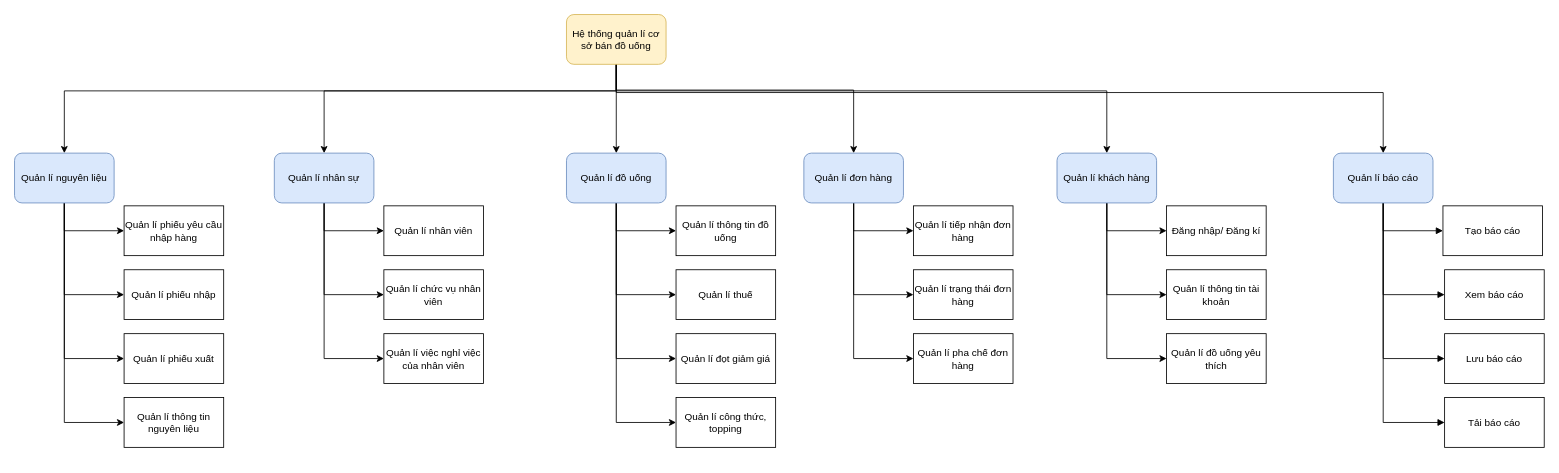
Above: page "sơ đồ phân rã chức năng" (4 of 5) of diagram.drawio in nguyentu111/datt_milktea_web (draw.io), before the change. Source tidied: cells renumbered, new cells numbered last; positions are measured from the earlier drawing's top-left corner, leaving out a move shared by most shapes. Both pictures are drawn from the tidied source at 83%, with x=0, y=0 at pixel (14, 14).
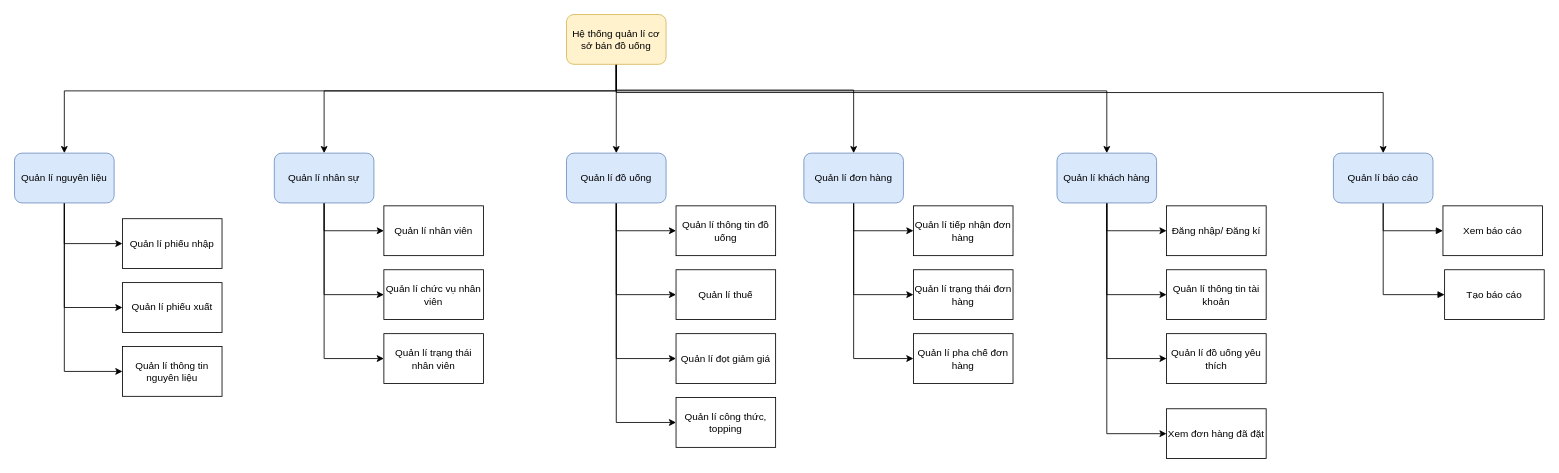
After the change.

Unchanged cells that the change refers to:
```xml
<mxCell id="13" value="Quản lí nguyên liệu" style="rounded=1;whiteSpace=wrap;html=1;fillColor=#dae8fc;strokeColor=#6c8ebf;" parent="1" vertex="1">
  <mxGeometry y="167" width="120" height="60" as="geometry" />
</mxCell>
<mxCell id="44" value="Quản lí khách hàng" style="rounded=1;whiteSpace=wrap;html=1;fillColor=#dae8fc;strokeColor=#6c8ebf;" parent="1" vertex="1">
  <mxGeometry x="1256" y="167" width="120" height="60" as="geometry" />
</mxCell>
<mxCell id="52" value="Quản lí báo cáo" style="rounded=1;whiteSpace=wrap;html=1;fillColor=#dae8fc;strokeColor=#6c8ebf;" parent="1" vertex="1">
  <mxGeometry x="1589" y="167" width="120" height="60" as="geometry" />
</mxCell>
```

Diff of the diagram source:
```diff
@@
+    <mxCell id="11" style="edgeStyle=orthogonalEdgeStyle;rounded=0;jettySize=auto;html=1;" parent="1" edge="1" source="13" target="15">
+      <mxGeometry relative="1" as="geometry">
+        <Array as="points">
+          <mxPoint x="60" y="276" />
+        </Array>
+      </mxGeometry>
+    </mxCell>
+    <mxCell id="10" style="edgeStyle=orthogonalEdgeStyle;rounded=0;jettySize=auto;html=1;" parent="1" edge="1" source="13" target="16">
+      <mxGeometry relative="1" as="geometry">
+        <Array as="points">
+          <mxPoint x="60" y="353" />
+        </Array>
+      </mxGeometry>
+    </mxCell>
-    <mxCell id="9" style="edgeStyle=orthogonalEdgeStyle;rounded=0;jettySize=auto;html=1;entryX=0;entryY=0.5;entryDx=0;entryDy=0;startArrow=none;startFill=0;endArrow=classic;endFill=1;" parent="1" edge="1" source="13" target="17">
+    <mxCell id="9" style="edgeStyle=orthogonalEdgeStyle;rounded=0;jettySize=auto;html=1;" parent="1" edge="1" source="13" target="17">
       <mxGeometry relative="1" as="geometry">
         <Array as="points">
-          <mxPoint x="60" y="492" />
+          <mxPoint x="60" y="430" />
         </Array>
       </mxGeometry>
     </mxCell>
-    <mxCell id="10" style="edgeStyle=orthogonalEdgeStyle;rounded=0;jettySize=auto;html=1;exitX=0.5;exitY=1;exitDx=0;exitDy=0;entryX=0;entryY=0.5;entryDx=0;entryDy=0;startArrow=none;startFill=0;endArrow=classic;endFill=1;" parent="1" edge="1" source="13" target="16">
-      <mxGeometry relative="1" as="geometry" />
-    </mxCell>
-    <mxCell id="11" style="edgeStyle=orthogonalEdgeStyle;rounded=0;jettySize=auto;html=1;entryX=0;entryY=0.5;entryDx=0;entryDy=0;startArrow=none;startFill=0;endArrow=classic;endFill=1;" parent="1" edge="1" source="13" target="15">
-      <mxGeometry relative="1" as="geometry">
-        <Array as="points">
-          <mxPoint x="60" y="338" />
-        </Array>
-      </mxGeometry>
-    </mxCell>
-    <mxCell id="12" style="edgeStyle=orthogonalEdgeStyle;rounded=0;jettySize=auto;html=1;exitX=0.5;exitY=1;exitDx=0;exitDy=0;entryX=0;entryY=0.5;entryDx=0;entryDy=0;startArrow=none;startFill=0;endArrow=classic;endFill=1;" parent="1" edge="1" source="13" target="14">
-      <mxGeometry relative="1" as="geometry" />
-    </mxCell>
@@
-    <mxCell id="14" value="Quản lí phiếu yêu cầu nhập hàng" style="rounded=0;whiteSpace=wrap;html=1;" parent="1" vertex="1">
-      <mxGeometry x="132" y="230.5" width="120" height="60" as="geometry" />
-    </mxCell>
     <mxCell id="15" value="Quản lí phiếu nhập" style="rounded=0;whiteSpace=wrap;html=1;" parent="1" vertex="1">
-      <mxGeometry x="132" y="307.5" width="120" height="60" as="geometry" />
+      <mxGeometry x="130" y="246" width="120" height="60" as="geometry" />
     </mxCell>
     <mxCell id="16" value="Quản lí phiếu xuất" style="rounded=0;whiteSpace=wrap;html=1;" parent="1" vertex="1">
-      <mxGeometry x="132" y="384.5" width="120" height="60" as="geometry" />
+      <mxGeometry x="130" y="323" width="120" height="60" as="geometry" />
     </mxCell>
     <mxCell id="17" value="Quản lí thông tin nguyên liệu" style="rounded=0;whiteSpace=wrap;html=1;" parent="1" vertex="1">
-      <mxGeometry x="132" y="461.5" width="120" height="60" as="geometry" />
+      <mxGeometry x="130" y="400" width="120" height="60" as="geometry" />
     </mxCell>
@@
-    <mxCell id="24" value="Quản lí việc nghỉ việc của nhân viên" style="rounded=0;whiteSpace=wrap;html=1;" parent="1" vertex="1">
+    <mxCell id="24" value="Quản lí trạng thái nhân viên" style="rounded=0;whiteSpace=wrap;html=1;" parent="1" vertex="1">
       <mxGeometry x="445" y="384.5" width="120" height="60" as="geometry" />
     </mxCell>
@@
+    <mxCell id="57" style="edgeStyle=orthogonalEdgeStyle;rounded=0;jettySize=auto;html=1;" parent="1" edge="1" source="44" target="58">
+      <mxGeometry relative="1" as="geometry">
+        <Array as="points">
+          <mxPoint x="1316" y="505" />
+        </Array>
+      </mxGeometry>
+    </mxCell>
@@
-    <mxCell id="50" style="edgeStyle=orthogonalEdgeStyle;rounded=0;jettySize=auto;html=1;entryX=0;entryY=0.5;entryDx=0;entryDy=0;startArrow=none;startFill=0;endArrow=block;endFill=1;" parent="1" edge="1" source="52" target="55">
-      <mxGeometry relative="1" as="geometry">
-        <Array as="points">
-          <mxPoint x="1649" y="414" />
-        </Array>
-      </mxGeometry>
-    </mxCell>
-    <mxCell id="51" style="edgeStyle=orthogonalEdgeStyle;rounded=0;jettySize=auto;html=1;entryX=0;entryY=0.5;entryDx=0;entryDy=0;startArrow=none;startFill=0;endArrow=block;endFill=1;" parent="1" edge="1" source="52" target="56">
-      <mxGeometry relative="1" as="geometry">
-        <Array as="points">
-          <mxPoint x="1649" y="492" />
-        </Array>
-      </mxGeometry>
-    </mxCell>
@@
-    <mxCell id="53" value="Tạo báo cáo" style="rounded=0;whiteSpace=wrap;html=1;" parent="1" vertex="1">
+    <mxCell id="53" value="Xem báo cáo" style="rounded=0;whiteSpace=wrap;html=1;" parent="1" vertex="1">
       <mxGeometry x="1721" y="230.5" width="120" height="60" as="geometry" />
     </mxCell>
-    <mxCell id="54" value="Xem báo cáo" style="rounded=0;whiteSpace=wrap;html=1;" parent="1" vertex="1">
+    <mxCell id="54" value="&lt;span&gt;Tạo báo cáo&lt;/span&gt;" style="rounded=0;whiteSpace=wrap;html=1;" parent="1" vertex="1">
       <mxGeometry x="1723" y="307.5" width="120" height="60" as="geometry" />
     </mxCell>
-    <mxCell id="55" value="Lưu báo cáo" style="rounded=0;whiteSpace=wrap;html=1;" parent="1" vertex="1">
-      <mxGeometry x="1723" y="384.5" width="120" height="60" as="geometry" />
-    </mxCell>
-    <mxCell id="56" value="Tải báo cáo" style="rounded=0;whiteSpace=wrap;html=1;" parent="1" vertex="1">
-      <mxGeometry x="1723" y="461.5" width="120" height="60" as="geometry" />
-    </mxCell>
+    <mxCell id="58" value="Xem đơn hàng đã đặt" style="rounded=0;whiteSpace=wrap;html=1;" parent="1" vertex="1">
+      <mxGeometry x="1388" y="475" width="120" height="60" as="geometry" />
+    </mxCell>
```
